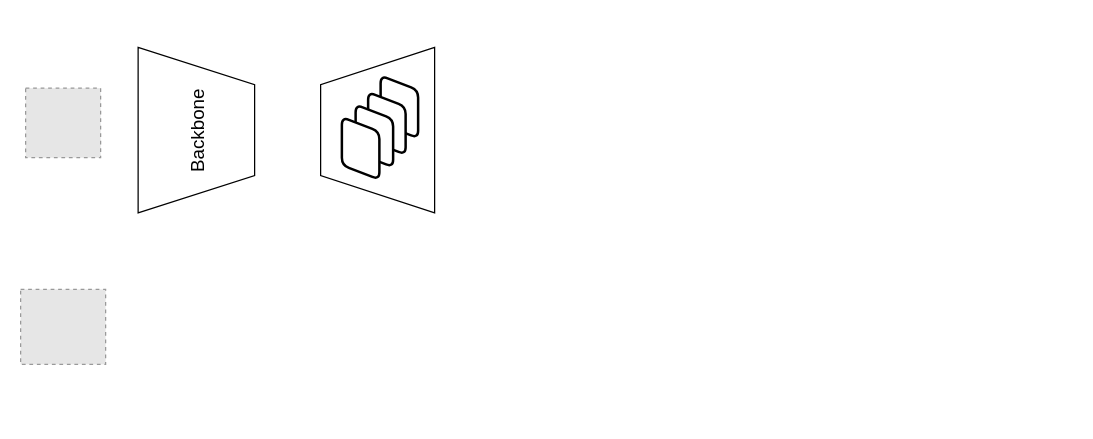
The draw.io diagram proposalO2.drawio in SahadevPoudel/Visualization, before the edit. Source tidied: cells renumbered, new cells numbered last; positions are measured from the earlier drawing's top-left corner, leaving out a move shared by most shapes. Both pictures are drawn from the tidied source at 125%, with x=0, y=0 at pixel (20, 71). Pictures stored in the file or linked from it are replaced by grey dashed boxes.
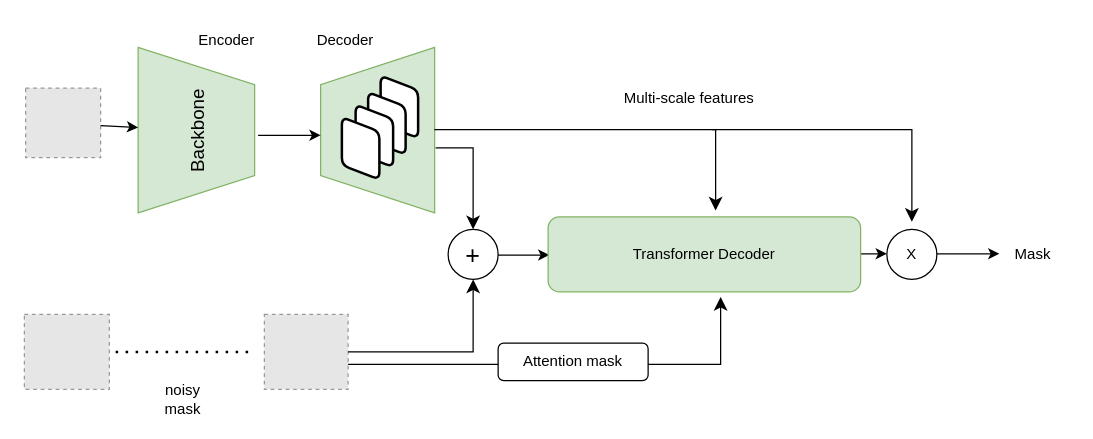
The same diagram, later.

What changed in the source:
```diff
@@
+    <mxCell id="10" style="endArrow=classic;html=1;rounded=0;" parent="1" edge="1">
+      <mxGeometry relative="1" as="geometry">
+        <mxPoint x="643" y="145.5" as="sourcePoint" />
+        <mxPoint x="693" y="145.5" as="targetPoint" />
+      </mxGeometry>
+    </mxCell>
+    <mxCell id="11" style="endArrow=classic;html=1;rounded=0;" parent="1" edge="1">
+      <mxGeometry relative="1" as="geometry">
+        <mxPoint x="373" y="146.5" as="sourcePoint" />
+        <mxPoint x="423" y="146.5" as="targetPoint" />
+      </mxGeometry>
+    </mxCell>
@@
-    <mxCell id="3" value="&lt;font style=&quot;font-size: 15px;&quot;&gt;Backbone&lt;/font&gt;" style="verticalLabelPosition=middle;verticalAlign=middle;html=1;shape=trapezoid;perimeter=trapezoidPerimeter;whiteSpace=wrap;size=0.22499999999999998;arcSize=10;flipV=1;labelPosition=center;align=center;rotation=-90;" parent="1" vertex="1">
+    <mxCell id="3" value="&lt;font style=&quot;font-size: 15px;&quot;&gt;Backbone&lt;/font&gt;" style="verticalLabelPosition=middle;verticalAlign=middle;html=1;shape=trapezoid;perimeter=trapezoidPerimeter;whiteSpace=wrap;size=0.22499999999999998;arcSize=10;flipV=1;labelPosition=center;align=center;rotation=-90;fillColor=#d5e8d4;strokeColor=#82b366;" parent="1" vertex="1">
       <mxGeometry x="74.4" width="132.4" height="93.2" as="geometry" />
     </mxCell>
-    <mxCell id="4" style="verticalLabelPosition=middle;verticalAlign=middle;html=1;shape=trapezoid;perimeter=trapezoidPerimeter;whiteSpace=wrap;size=0.22499999999999998;arcSize=10;flipV=1;labelPosition=center;align=center;rotation=90;" parent="1" vertex="1">
+    <mxCell id="4" style="verticalLabelPosition=middle;verticalAlign=middle;html=1;shape=trapezoid;perimeter=trapezoidPerimeter;whiteSpace=wrap;size=0.22499999999999998;arcSize=10;flipV=1;labelPosition=center;align=center;rotation=90;fillColor=#d5e8d4;strokeColor=#82b366;" parent="1" vertex="1">
       <mxGeometry x="219.4" y="1" width="132.4" height="91.2" as="geometry" />
     </mxCell>
     <mxCell id="5" style="fillColor=#E6E6E6;strokeColor=#999999;dashed=1;verticalLabelPosition=bottom;labelBackgroundColor=default;verticalAlign=top;" parent="1" vertex="1">
-      <mxGeometry y="174" width="68" height="60" as="geometry" />
+      <mxGeometry x="3" y="194" width="68" height="60" as="geometry" />
     </mxCell>
@@
+    <mxCell id="12" style="fillColor=#E6E6E6;strokeColor=#999999;dashed=1;verticalLabelPosition=bottom;labelBackgroundColor=default;verticalAlign=top;" parent="1" vertex="1">
+      <mxGeometry x="195" y="194" width="67" height="60" as="geometry" />
+    </mxCell>
+    <mxCell id="13" style="endArrow=none;dashed=1;html=1;dashPattern=1 3;strokeWidth=2;rounded=0;" parent="1" edge="1">
+      <mxGeometry relative="1" as="geometry">
+        <mxPoint x="76" y="224" as="sourcePoint" />
+        <mxPoint x="186" y="224" as="targetPoint" />
+      </mxGeometry>
+    </mxCell>
+    <mxCell id="14" value="Transformer Decoder" style="rounded=1;whiteSpace=wrap;html=1;fillColor=#d5e8d4;strokeColor=#82b366;" parent="1" vertex="1">
+      <mxGeometry x="422" y="116" width="250" height="60" as="geometry" />
+    </mxCell>
+    <mxCell id="15" value="&lt;font style=&quot;font-size: 20px;&quot;&gt;+&lt;/font&gt;" style="ellipse;whiteSpace=wrap;html=1;" parent="1" vertex="1">
+      <mxGeometry x="342" y="126" width="40" height="40" as="geometry" />
+    </mxCell>
+    <mxCell id="16" style="edgeStyle=elbowEdgeStyle;elbow=vertical;endArrow=classic;html=1;curved=0;rounded=0;endSize=8;startSize=8;exitX=1;exitY=0.5;exitDx=0;exitDy=0;entryX=0.5;entryY=1;entryDx=0;entryDy=0;" parent="1" edge="1" source="12" target="15">
+      <mxGeometry relative="1" as="geometry">
+        <Array as="points">
+          <mxPoint x="332" y="224" />
+        </Array>
+      </mxGeometry>
+    </mxCell>
+    <mxCell id="17" style="edgeStyle=elbowEdgeStyle;elbow=vertical;endArrow=classic;html=1;curved=0;rounded=0;endSize=8;startSize=8;exitX=1;exitY=0.5;exitDx=0;exitDy=0;entryX=0.5;entryY=0;entryDx=0;entryDy=0;" parent="1" edge="1" target="15">
+      <mxGeometry relative="1" as="geometry">
+        <mxPoint x="332" y="60.8" as="sourcePoint" />
+        <Array as="points">
+          <mxPoint x="402" y="60.8" />
+        </Array>
+      </mxGeometry>
+    </mxCell>
+    <mxCell id="18" style="edgeStyle=elbowEdgeStyle;elbow=vertical;endArrow=classic;html=1;curved=0;rounded=0;endSize=8;startSize=8;exitX=1;exitY=0.5;exitDx=0;exitDy=0;" parent="1" edge="1">
+      <mxGeometry relative="1" as="geometry">
+        <mxPoint x="331" y="46.2" as="sourcePoint" />
+        <mxPoint x="556" y="111" as="targetPoint" />
+        <Array as="points">
+          <mxPoint x="401" y="46.2" />
+        </Array>
+      </mxGeometry>
+    </mxCell>
+    <mxCell id="19" style="edgeStyle=elbowEdgeStyle;elbow=vertical;endArrow=classic;html=1;curved=0;rounded=0;endSize=8;startSize=8;exitX=1;exitY=0.5;exitDx=0;exitDy=0;" parent="1" edge="1">
+      <mxGeometry relative="1" as="geometry">
+        <mxPoint x="262" y="234" as="sourcePoint" />
+        <mxPoint x="560" y="180" as="targetPoint" />
+        <Array as="points">
+          <mxPoint x="332" y="234" />
+        </Array>
+      </mxGeometry>
+    </mxCell>
+    <mxCell id="20" value="Attention mask" style="rounded=1;whiteSpace=wrap;html=1;" parent="1" vertex="1">
+      <mxGeometry x="382" y="217" width="120" height="30" as="geometry" />
+    </mxCell>
+    <mxCell id="21" style="endArrow=classic;html=1;rounded=0;" parent="1" edge="1" target="3">
+      <mxGeometry relative="1" as="geometry">
+        <mxPoint x="64" y="43" as="sourcePoint" />
+      </mxGeometry>
+    </mxCell>
+    <mxCell id="22" style="endArrow=classic;html=1;rounded=0;" parent="1" edge="1">
+      <mxGeometry relative="1" as="geometry">
+        <mxPoint x="190" y="50.7" as="sourcePoint" />
+        <mxPoint x="240" y="50.7" as="targetPoint" />
+      </mxGeometry>
+    </mxCell>
+    <mxCell id="23" value="X" style="ellipse;whiteSpace=wrap;html=1;" parent="1" vertex="1">
+      <mxGeometry x="693" y="126" width="40" height="40" as="geometry" />
+    </mxCell>
+    <mxCell id="24" style="edgeStyle=elbowEdgeStyle;elbow=vertical;endArrow=classic;html=1;curved=0;rounded=0;endSize=8;startSize=8;exitX=1;exitY=0.5;exitDx=0;exitDy=0;" parent="1" edge="1">
+      <mxGeometry relative="1" as="geometry">
+        <mxPoint x="553" y="46.2" as="sourcePoint" />
+        <mxPoint x="713" y="120" as="targetPoint" />
+        <Array as="points">
+          <mxPoint x="623" y="46.2" />
+        </Array>
+      </mxGeometry>
+    </mxCell>
+    <mxCell id="25" style="endArrow=classic;html=1;rounded=0;" parent="1" edge="1">
+      <mxGeometry relative="1" as="geometry">
+        <mxPoint x="733" y="145.5" as="sourcePoint" />
+        <mxPoint x="783" y="145.5" as="targetPoint" />
+      </mxGeometry>
+    </mxCell>
+    <mxCell id="26" value="Mask" style="text;strokeColor=none;align=center;fillColor=none;html=1;verticalAlign=middle;whiteSpace=wrap;rounded=0;" parent="1" vertex="1">
+      <mxGeometry x="780" y="131" width="60" height="30" as="geometry" />
+    </mxCell>
+    <mxCell id="27" value="noisy mask" style="text;strokeColor=none;align=center;fillColor=none;html=1;verticalAlign=middle;whiteSpace=wrap;rounded=0;" parent="1" vertex="1">
+      <mxGeometry x="100" y="247" width="60" height="30" as="geometry" />
+    </mxCell>
+    <mxCell id="28" value="Encoder" style="text;strokeColor=none;align=center;fillColor=none;html=1;verticalAlign=middle;whiteSpace=wrap;rounded=0;" parent="1" vertex="1">
+      <mxGeometry x="135" y="-40" width="60" height="30" as="geometry" />
+    </mxCell>
+    <mxCell id="29" value="Decoder" style="text;strokeColor=none;align=center;fillColor=none;html=1;verticalAlign=middle;whiteSpace=wrap;rounded=0;" parent="1" vertex="1">
+      <mxGeometry x="230" y="-40" width="60" height="30" as="geometry" />
+    </mxCell>
+    <mxCell id="30" value="Multi-scale features" style="text;strokeColor=none;align=center;fillColor=none;html=1;verticalAlign=middle;whiteSpace=wrap;rounded=0;" parent="1" vertex="1">
+      <mxGeometry x="480" y="6.2" width="110" height="30" as="geometry" />
+    </mxCell>
```
